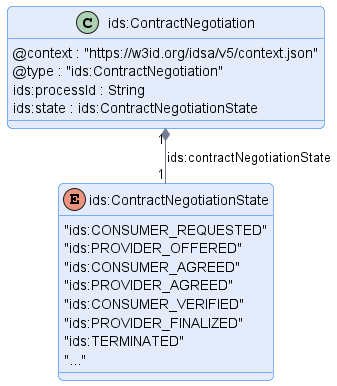
Above: negotiation/message/diagram/contract-negotiation.png in International-Data-Spaces-Association/ids-specification (PlantUML), before the change.
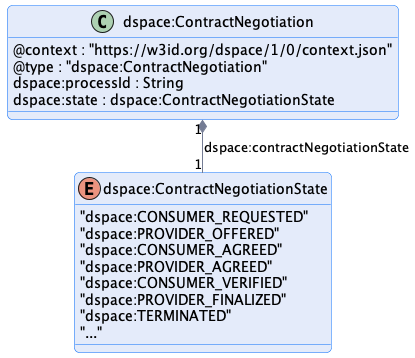
Later version of the same file.

Change to the diagram source:
```diff
@@ -1,29 +1,29 @@
 @startuml "contract-negotiation"
 !pragma layout smetana
 
-!include ../../diagrams/diagram.styles.puml
+!include ../../../common/style/diagram.styles.puml
 
 hide empty description
 
 
-class "ids:ContractNegotiation" {
-    @context : "https://w3id.org/idsa/v5/context.json"
-    @type : "ids:ContractNegotiation"
-    ids:processId : String
-    ids:state : ids:ContractNegotiationState
+class "dspace:ContractNegotiation" {
+    @context : "https://w3id.org/dspace/1/0/context.json"
+    @type : "dspace:ContractNegotiation"
+    dspace:processId : String
+    dspace:state : dspace:ContractNegotiationState
 }
 
-enum ids:ContractNegotiationState {
-    "ids:CONSUMER_REQUESTED"
-    "ids:PROVIDER_OFFERED"
-    "ids:CONSUMER_AGREED"
-    "ids:PROVIDER_AGREED"
-    "ids:CONSUMER_VERIFIED"
-    "ids:PROVIDER_FINALIZED"
-    "ids:TERMINATED"
+enum dspace:ContractNegotiationState {
+    "dspace:CONSUMER_REQUESTED"
+    "dspace:PROVIDER_OFFERED"
+    "dspace:CONSUMER_AGREED"
+    "dspace:PROVIDER_AGREED"
+    "dspace:CONSUMER_VERIFIED"
+    "dspace:PROVIDER_FINALIZED"
+    "dspace:TERMINATED"
     "..."
 }
 
-"ids:ContractNegotiation" "1" *-- "1" "ids:ContractNegotiationState" : "ids:contractNegotiationState"
+"dspace:ContractNegotiation" "1" *-- "1" "dspace:ContractNegotiationState" : "dspace:contractNegotiationState"
 
 @enduml
```
